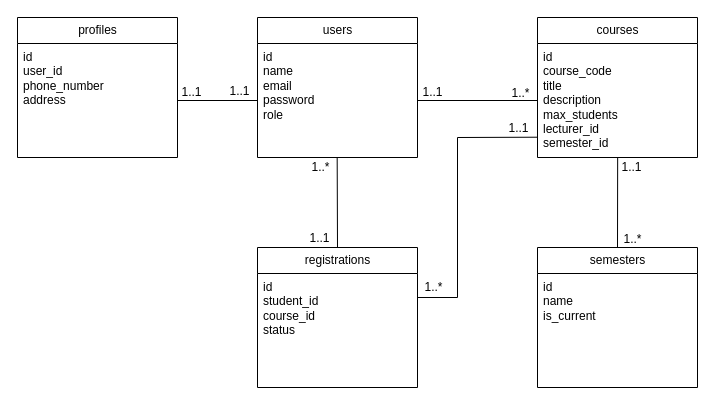
Before: page "ERD" (2 of 2) of SDT USE CASE.drawio in umar-05/SMS-Project, a draw.io diagram. Source tidied: cells renumbered, new cells numbered last; positions are measured from the earlier drawing's top-left corner, leaving out a move shared by most shapes. Both pictures are drawn from the tidied source at 100%, with x=0, y=0 at pixel (17, 17).
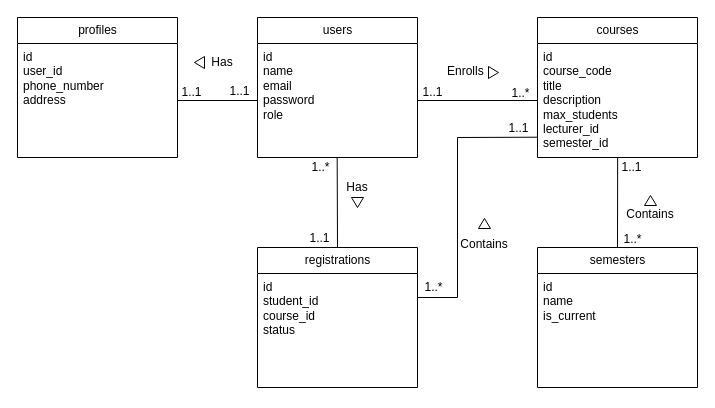
The same page after the edit.

Change to the diagram source:
```diff
@@
+    <mxCell id="29" value="Has" style="text;html=1;whiteSpace=wrap;strokeColor=none;fillColor=none;align=center;verticalAlign=middle;rounded=0;" parent="1" vertex="1">
+      <mxGeometry x="175" y="30" width="60" height="30" as="geometry" />
+    </mxCell>
+    <mxCell id="30" style="triangle;whiteSpace=wrap;html=1;rotation=-180;" parent="1" vertex="1">
+      <mxGeometry x="177" y="39" width="10" height="12" as="geometry" />
+    </mxCell>
+    <mxCell id="31" value="Has" style="text;html=1;whiteSpace=wrap;strokeColor=none;fillColor=none;align=center;verticalAlign=middle;rounded=0;" parent="1" vertex="1">
+      <mxGeometry x="310" y="155" width="60" height="30" as="geometry" />
+    </mxCell>
+    <mxCell id="32" style="triangle;whiteSpace=wrap;html=1;rotation=90;" parent="1" vertex="1">
+      <mxGeometry x="335" y="179" width="10" height="12" as="geometry" />
+    </mxCell>
+    <mxCell id="33" value="Enrolls&amp;nbsp;" style="text;html=1;whiteSpace=wrap;strokeColor=none;fillColor=none;align=center;verticalAlign=middle;rounded=0;" parent="1" vertex="1">
+      <mxGeometry x="420" y="39" width="60" height="30" as="geometry" />
+    </mxCell>
+    <mxCell id="34" style="triangle;whiteSpace=wrap;html=1;rotation=0;" parent="1" vertex="1">
+      <mxGeometry x="471" y="49" width="10" height="12" as="geometry" />
+    </mxCell>
+    <mxCell id="35" value="Contains" style="text;html=1;whiteSpace=wrap;strokeColor=none;fillColor=none;align=center;verticalAlign=middle;rounded=0;" parent="1" vertex="1">
+      <mxGeometry x="437" y="212" width="60" height="30" as="geometry" />
+    </mxCell>
+    <mxCell id="36" style="triangle;whiteSpace=wrap;html=1;rotation=-90;" parent="1" vertex="1">
+      <mxGeometry x="462" y="200" width="10" height="12" as="geometry" />
+    </mxCell>
+    <mxCell id="37" value="Contains" style="text;html=1;whiteSpace=wrap;strokeColor=none;fillColor=none;align=center;verticalAlign=middle;rounded=0;" parent="1" vertex="1">
+      <mxGeometry x="603" y="182" width="60" height="30" as="geometry" />
+    </mxCell>
+    <mxCell id="38" style="triangle;whiteSpace=wrap;html=1;rotation=-90;" parent="1" vertex="1">
+      <mxGeometry x="628" y="177" width="10" height="12" as="geometry" />
+    </mxCell>
```
